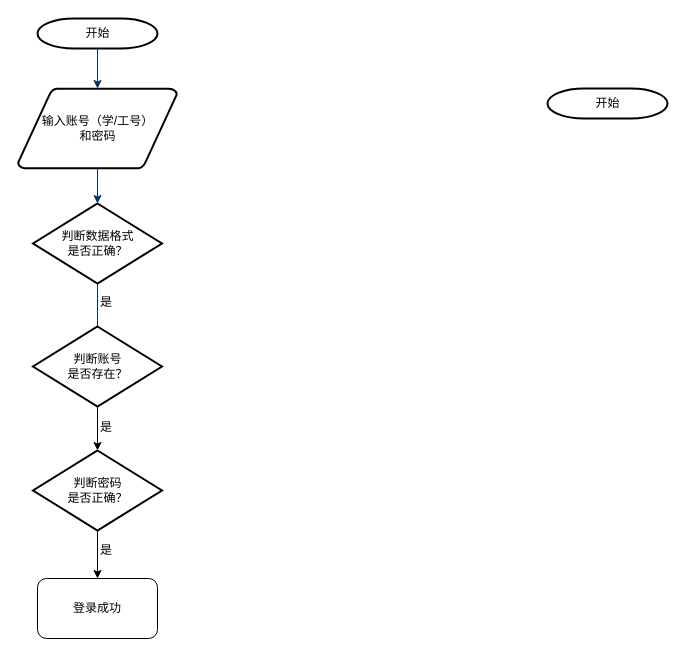
Above: 流程图.drawio in Gonod20s/Voice-Controlled-Robot (draw.io), before the change. Source tidied: cells renumbered, new cells numbered last; positions are measured from the earlier drawing's top-left corner, leaving out a move shared by most shapes. Both pictures are drawn from the tidied source at 100%, with x=0, y=0 at pixel (17, 18).
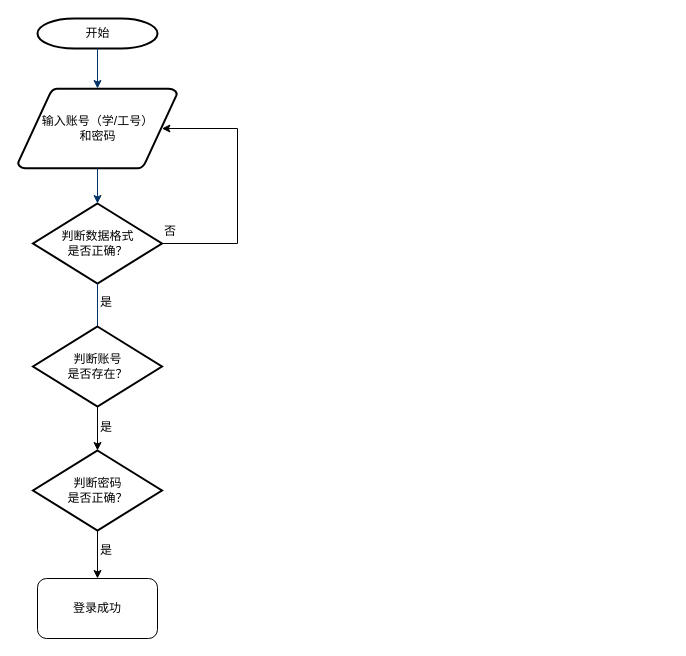
Above is the later version.

Commit message (it also covers changes not shown here):
更新流程图.drawio

Unchanged cells that the change refers to:
```xml
<mxCell id="3" value="输入账号（学/工号）&lt;div&gt;和密码&lt;/div&gt;" style="shape=mxgraph.flowchart.data;strokeWidth=2;gradientColor=none;gradientDirection=north;fontStyle=0;html=1;" parent="1" vertex="1">
  <mxGeometry x="0.5" y="70" width="159" height="80" as="geometry" />
</mxCell>
<mxCell id="4" value="判断数据格式&lt;div&gt;是否正确？&lt;/div&gt;" style="shape=mxgraph.flowchart.decision;strokeWidth=2;gradientColor=none;gradientDirection=north;fontStyle=0;html=1;" parent="1" vertex="1">
  <mxGeometry x="15.5" y="185" width="129" height="80" as="geometry" />
</mxCell>
```

Change to the diagram source:
```diff
@@
-    <mxCell id="9" value="开始" style="shape=mxgraph.flowchart.terminator;strokeWidth=2;gradientColor=none;gradientDirection=north;fontStyle=0;html=1;" parent="1" vertex="1">
-      <mxGeometry x="530" y="70" width="120" height="30" as="geometry" />
-    </mxCell>
@@
+    <mxCell id="17" style="edgeStyle=orthogonalEdgeStyle;rounded=0;jettySize=auto;html=1;entryX=0.905;entryY=0.5;entryDx=0;entryDy=0;entryPerimeter=0;exitX=1;exitY=0.5;exitDx=0;exitDy=0;exitPerimeter=0;" parent="1" edge="1" source="4" target="3">
+      <mxGeometry relative="1" as="geometry">
+        <Array as="points">
+          <mxPoint x="220" y="225" />
+          <mxPoint x="220" y="110" />
+        </Array>
+      </mxGeometry>
+    </mxCell>
+    <mxCell id="18" value="否" style="text;fontStyle=0;html=1;strokeColor=none;gradientColor=none;fillColor=none;strokeWidth=2;" parent="1" vertex="1">
+      <mxGeometry x="144.5" y="199" width="40" height="26" as="geometry" />
+    </mxCell>
```
